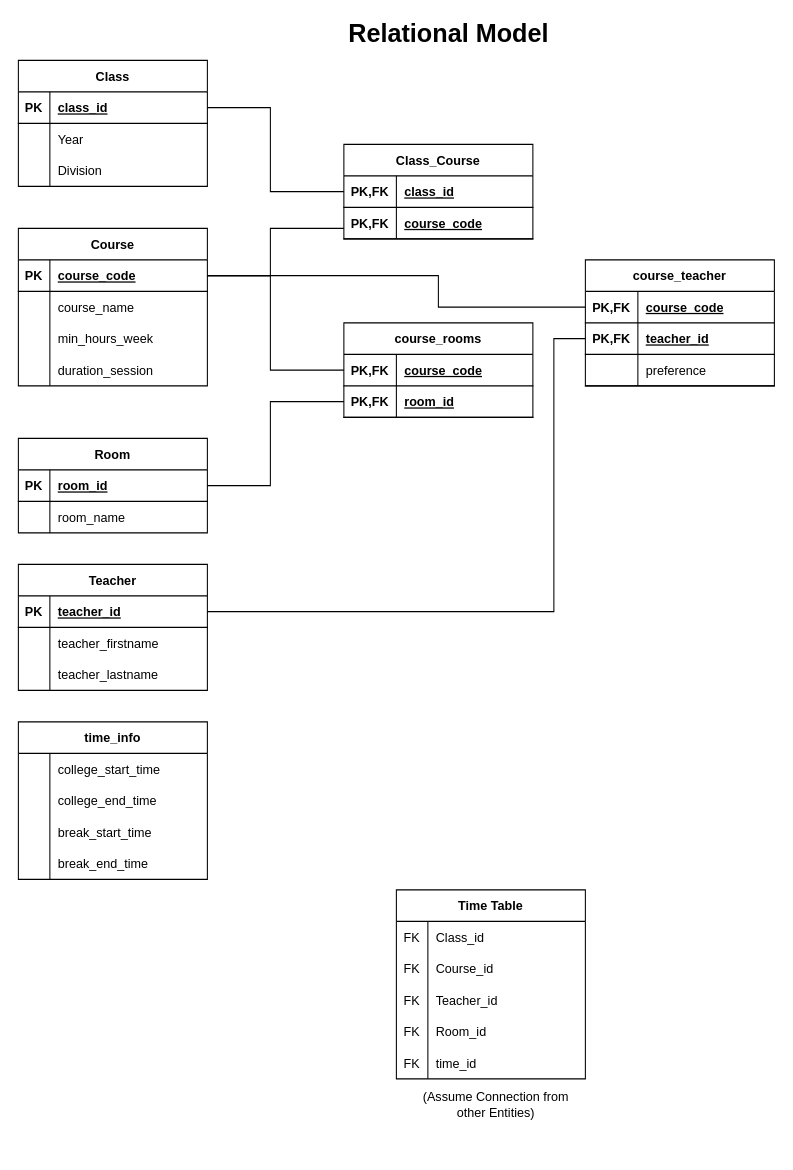
parmar-mohit/Automated_Time_Table_Scheduler keeps this draw.io diagram as Database/Relational Model.drawio. Above is the earlier version. Source tidied: cells renumbered, new cells numbered last; positions are measured from the earlier drawing's top-left corner, leaving out a move shared by most shapes. Both pictures are drawn from the tidied source at 105%, with x=0, y=0 at pixel (18, 18).
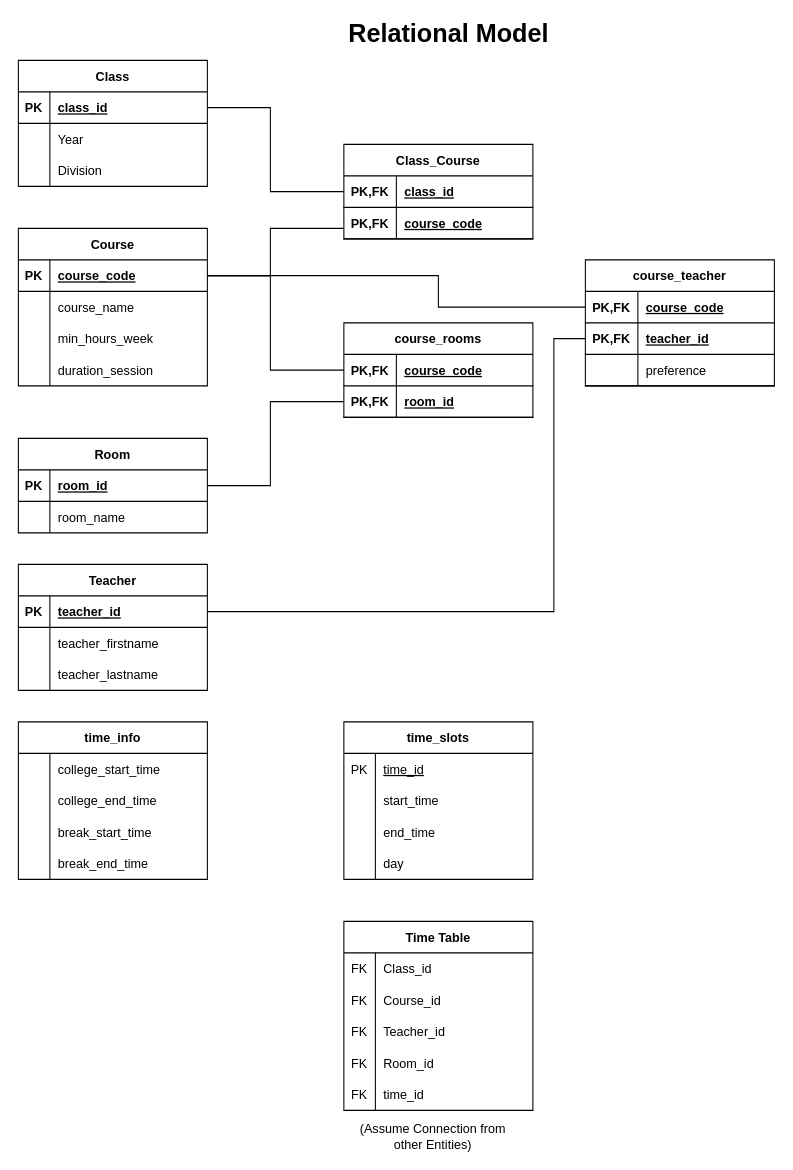
The same diagram, later.

Commit message (it also covers changes not shown here):
Add time slots table to database schema

The edit, as a diff of the source:
```diff
@@
     <mxCell id="86" value="Time Table" style="shape=table;startSize=30;childLayout=tableLayout;rowLines=0;fontStyle=1;align=center;fontSize=12;" parent="1" vertex="1">
-      <mxGeometry x="360" y="830" width="180" height="180" as="geometry" />
+      <mxGeometry x="310" y="860" width="180" height="180" as="geometry" />
     </mxCell>
@@
     <mxCell id="102" value="(Assume Connection from other Entities)" style="text;html=1;strokeColor=none;fillColor=none;align=center;verticalAlign=middle;whiteSpace=wrap;rounded=0;fontSize=12;" parent="1" vertex="1">
-      <mxGeometry x="380" y="1020" width="150" height="30" as="geometry" />
+      <mxGeometry x="320" y="1050" width="150" height="30" as="geometry" />
     </mxCell>
+    <mxCell id="103" value="time_slots" style="shape=table;startSize=30;childLayout=tableLayout;rowLines=0;fontStyle=1;align=center;fontSize=12;" parent="1" vertex="1">
+      <mxGeometry x="310" y="670" width="180" height="150" as="geometry" />
+    </mxCell>
+    <mxCell id="104" style="shape=tableRow;horizontal=0;startSize=0;swimlaneHead=0;swimlaneBody=0;fillColor=none;top=0;left=0;right=0;bottom=0;fontSize=24;" parent="103" vertex="1">
+      <mxGeometry y="30" width="180" height="30" as="geometry" />
+    </mxCell>
+    <mxCell id="105" value="PK" style="shape=partialRectangle;fillColor=none;top=0;left=0;bottom=0;right=0;overflow=hidden;fontSize=12;" parent="104" vertex="1">
+      <mxGeometry width="30" height="30" as="geometry" />
+    </mxCell>
+    <mxCell id="106" value="time_id" style="shape=partialRectangle;fillColor=none;top=0;left=0;bottom=0;right=0;align=left;spacingLeft=6;overflow=hidden;fontSize=12;fontStyle=4;" parent="104" vertex="1">
+      <mxGeometry x="30" width="150" height="30" as="geometry" />
+    </mxCell>
+    <mxCell id="107" style="shape=tableRow;horizontal=0;startSize=0;swimlaneHead=0;swimlaneBody=0;fillColor=none;top=0;left=0;right=0;bottom=0;fontSize=24;" parent="103" vertex="1">
+      <mxGeometry y="60" width="180" height="30" as="geometry" />
+    </mxCell>
+    <mxCell id="108" style="shape=partialRectangle;fillColor=none;top=0;left=0;bottom=0;right=0;overflow=hidden;fontSize=24;" parent="107" vertex="1">
+      <mxGeometry width="30" height="30" as="geometry" />
+    </mxCell>
+    <mxCell id="109" value="start_time" style="shape=partialRectangle;fillColor=none;top=0;left=0;bottom=0;right=0;align=left;spacingLeft=6;overflow=hidden;fontSize=12;" parent="107" vertex="1">
+      <mxGeometry x="30" width="150" height="30" as="geometry" />
+    </mxCell>
+    <mxCell id="110" style="shape=tableRow;horizontal=0;startSize=0;swimlaneHead=0;swimlaneBody=0;fillColor=none;top=0;left=0;right=0;bottom=0;fontSize=24;" parent="103" vertex="1">
+      <mxGeometry y="90" width="180" height="30" as="geometry" />
+    </mxCell>
+    <mxCell id="111" style="shape=partialRectangle;fillColor=none;top=0;left=0;bottom=0;right=0;overflow=hidden;fontSize=24;" parent="110" vertex="1">
+      <mxGeometry width="30" height="30" as="geometry" />
+    </mxCell>
+    <mxCell id="112" value="end_time" style="shape=partialRectangle;fillColor=none;top=0;left=0;bottom=0;right=0;align=left;spacingLeft=6;overflow=hidden;fontSize=12;" parent="110" vertex="1">
+      <mxGeometry x="30" width="150" height="30" as="geometry" />
+    </mxCell>
+    <mxCell id="113" style="shape=tableRow;horizontal=0;startSize=0;swimlaneHead=0;swimlaneBody=0;fillColor=none;top=0;left=0;right=0;bottom=0;fontSize=24;" parent="103" vertex="1">
+      <mxGeometry y="120" width="180" height="30" as="geometry" />
+    </mxCell>
+    <mxCell id="114" style="shape=partialRectangle;fillColor=none;top=0;left=0;bottom=0;right=0;overflow=hidden;fontSize=24;" parent="113" vertex="1">
+      <mxGeometry width="30" height="30" as="geometry" />
+    </mxCell>
+    <mxCell id="115" value="day" style="shape=partialRectangle;fillColor=none;top=0;left=0;bottom=0;right=0;align=left;spacingLeft=6;overflow=hidden;fontSize=12;" parent="113" vertex="1">
+      <mxGeometry x="30" width="150" height="30" as="geometry" />
+    </mxCell>
```
